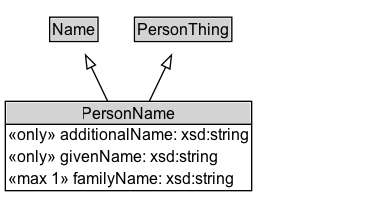
Above: docs/diagrams/PersonName.dot.png in ISO-TC204/ontology-cdm-p2-v1 (Graphviz), before the change. Its source is kept beside it as docs/diagrams/PersonName.dot. Source of this version:
```dot
digraph {
	graph [overlap=false rankdir=TB splines=true]
	node [fontname=Arial fontsize=12 margin=0 shape=none]
	edge [fontname=Arial fontsize=11]
	{
		rank=max
		PersonName [label=<<TABLE BORDER="1" CELLBORDER="0" CELLSPACING="0" CELLPADDING="1"><TR><TD BGCOLOR="lightgray" ALIGN="CENTER" PORT="e">PersonName</TD></TR><HR/><TR><TD ALIGN="LEFT">«only» additionalName: xsd:string</TD></TR><TR><TD ALIGN="LEFT">«only» givenName: xsd:string</TD></TR><TR><TD ALIGN="LEFT">«max 1» familyName: xsd:string</TD></TR></TABLE>> URL="../PersonName.md" margin=0]
	}
	subgraph cluster_associated {
		label="" style=invis
		Invis [label=<<TABLE BORDER="0" CELLBORDER="0" CELLSPACING="0" CELLPADDING="1"><TR><TD></TD></TR></TABLE>> margin=0 style=invis]
	}
	Name [label=<<TABLE BORDER="1" CELLBORDER="0" CELLSPACING="0" CELLPADDING="1"><TR><TD BGCOLOR="lightgray" ALIGN="CENTER">Name</TD></TR></TABLE>> URL="../Name.md" margin=0]
	PersonName -> Name [arrowhead=onormal style=solid]
	PersonThing [label=<<TABLE BORDER="1" CELLBORDER="0" CELLSPACING="0" CELLPADDING="1"><TR><TD BGCOLOR="lightgray" ALIGN="CENTER">PersonThing</TD></TR></TABLE>> URL="../PersonThing.md" margin=0]
	PersonName -> PersonThing [arrowhead=onormal style=solid]
}
```
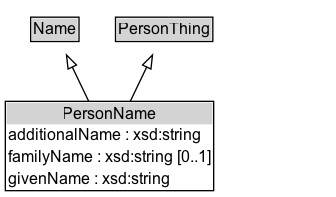
After the commit.

Diff of the diagram source:
```diff
@@ -3,15 +3,18 @@
 	node [fontname=Arial fontsize=12 margin=0 shape=none]
 	edge [fontname=Arial fontsize=11]
 	{
+		rank=source
+		Name [label=<<TABLE BORDER="1" CELLBORDER="0" CELLSPACING="0" CELLPADDING="1"><TR><TD BGCOLOR="lightgray" ALIGN="CENTER">Name</TD></TR></TABLE>> URL="../Name" margin=0]
+		PersonThing [label=<<TABLE BORDER="1" CELLBORDER="0" CELLSPACING="0" CELLPADDING="1"><TR><TD BGCOLOR="lightgray" ALIGN="CENTER">PersonThing</TD></TR></TABLE>> URL="../PersonThing" margin=0]
+	}
+	PersonName [label=<<TABLE BORDER="1" CELLBORDER="0" CELLSPACING="0" CELLPADDING="1"><TR><TD BGCOLOR="lightgray" ALIGN="CENTER">PersonName</TD></TR><TR><TD ALIGN="LEFT">additionalName : xsd:string</TD></TR><TR><TD ALIGN="LEFT">familyName : xsd:string [0..1]</TD></TR><TR><TD ALIGN="LEFT">givenName : xsd:string</TD></TR></TABLE>> URL="../PersonName" margin=0]
+	{
 		rank=max
-		PersonName [label=<<TABLE BORDER="1" CELLBORDER="0" CELLSPACING="0" CELLPADDING="1"><TR><TD BGCOLOR="lightgray" ALIGN="CENTER" PORT="e">PersonName</TD></TR><HR/><TR><TD ALIGN="LEFT">«only» additionalName: xsd:string</TD></TR><TR><TD ALIGN="LEFT">«only» givenName: xsd:string</TD></TR><TR><TD ALIGN="LEFT">«max 1» familyName: xsd:string</TD></TR></TABLE>> URL="../PersonName.md" margin=0]
 	}
 	subgraph cluster_associated {
 		label="" style=invis
 		Invis [label=<<TABLE BORDER="0" CELLBORDER="0" CELLSPACING="0" CELLPADDING="1"><TR><TD></TD></TR></TABLE>> margin=0 style=invis]
 	}
-	Name [label=<<TABLE BORDER="1" CELLBORDER="0" CELLSPACING="0" CELLPADDING="1"><TR><TD BGCOLOR="lightgray" ALIGN="CENTER">Name</TD></TR></TABLE>> URL="../Name.md" margin=0]
 	PersonName -> Name [arrowhead=onormal style=solid]
-	PersonThing [label=<<TABLE BORDER="1" CELLBORDER="0" CELLSPACING="0" CELLPADDING="1"><TR><TD BGCOLOR="lightgray" ALIGN="CENTER">PersonThing</TD></TR></TABLE>> URL="../PersonThing.md" margin=0]
 	PersonName -> PersonThing [arrowhead=onormal style=solid]
 }
```
